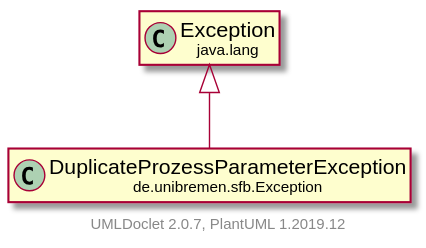
Above: doc/UML/modulsichtSVG/DuplicateProzessParameterException.svg in fkehlenb/softwareprojekt-2 (PlantUML), before the change.
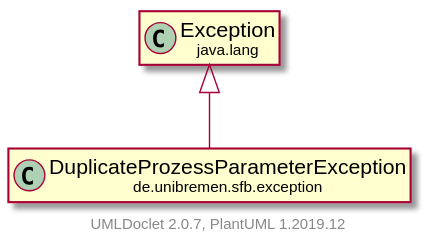
Above is the later version.

Change to the diagram source:
```diff
@@ -3,11 +3,11 @@
     hide empty fields
     hide empty methods
 
-    class "<size:14>DuplicateProzessParameterException\n<size:10>de.unibremen.sfb.Exception" as de.unibremen.sfb.Exception.DuplicateProzessParameterException [[DuplicateProzessParameterException.html]]
+    class "<size:14>DuplicateProzessParameterException\n<size:10>de.unibremen.sfb.exception" as de.unibremen.sfb.exception.DuplicateProzessParameterException [[DuplicateProzessParameterException.html]]
 
-    class "<size:14>Exception\n<size:10>java.lang" as java.lang.Exception
+    class "<size:14>exception\n<size:10>java.lang" as java.lang.exception
 
-    java.lang.Exception <|-- de.unibremen.sfb.Exception.DuplicateProzessParameterException
+    java.lang.exception <|-- de.unibremen.sfb.exception.DuplicateProzessParameterException
 
     center footer UMLDoclet 2.0.7, PlantUML 1.2019.12
 @enduml
```
